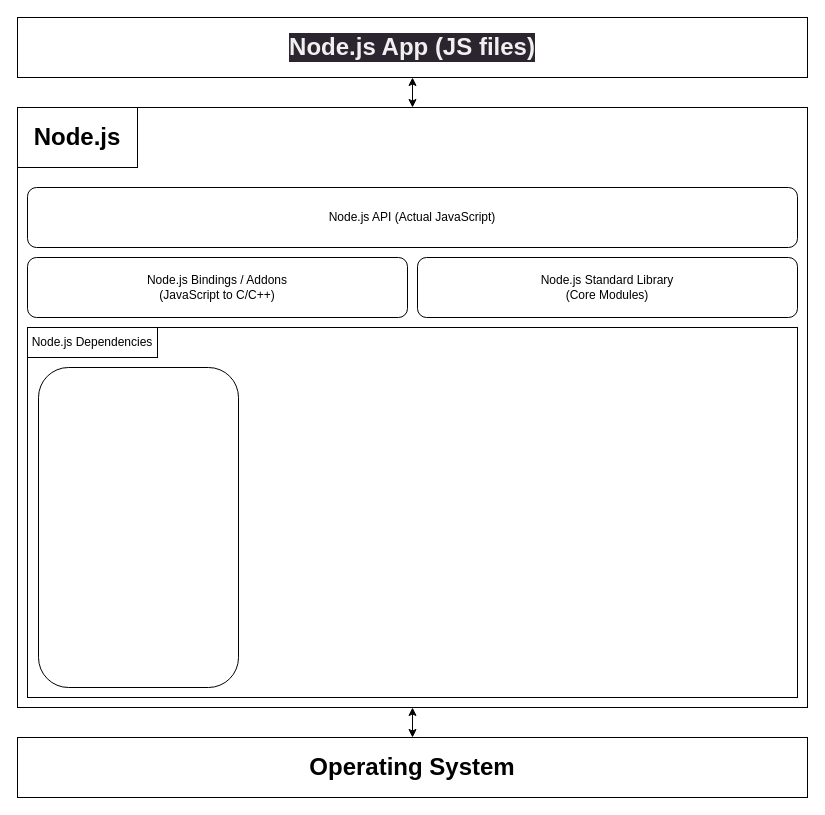
This is NodeJs.drawio from Kevinoob-design/drawio, a draw.io file, before an edit. Source tidied: cells renumbered, new cells numbered last; positions are measured from the earlier drawing's top-left corner, leaving out a move shared by most shapes. Both pictures are drawn from the tidied source at 100%, with x=0, y=0 at pixel (17, 17).
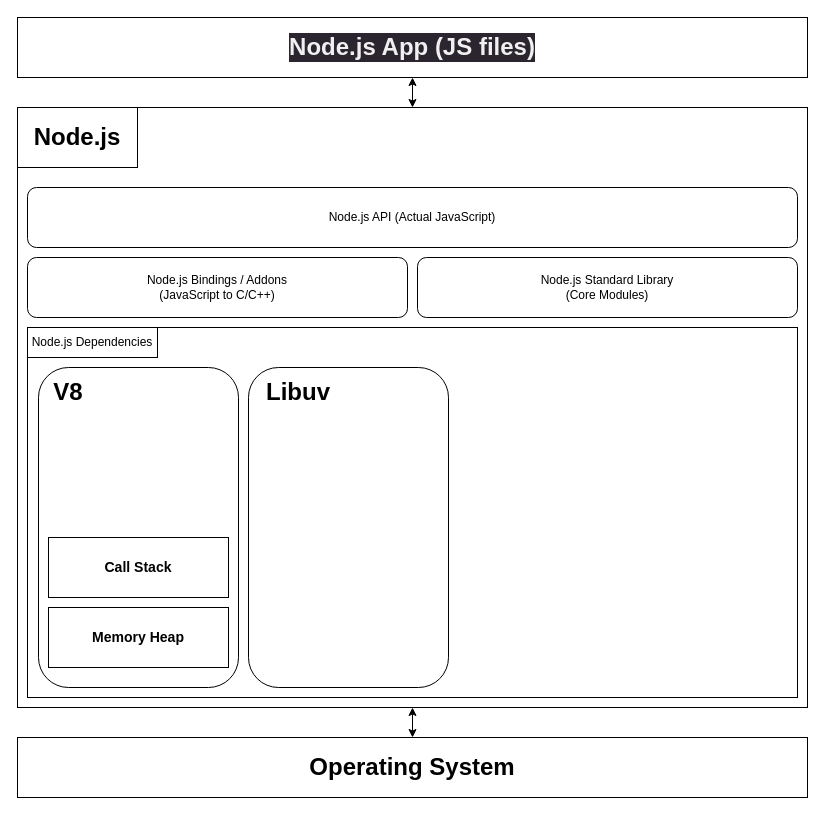
After the change.

Commit message:
Added V8 and Libuv to draw io node overview

Change to the diagram source:
```diff
@@
 <mxGraphModel>
   <root>
     <mxCell id="0" />
     <mxCell id="1" parent="0" />
     <mxCell id="2" style="edgeStyle=orthogonalEdgeStyle;rounded=0;jettySize=auto;html=1;startArrow=classic;startFill=1;" parent="1" edge="1" source="3" target="14">
       <mxGeometry relative="1" as="geometry" />
     </mxCell>
     <mxCell id="3" style="group;" parent="1" vertex="1">
       <mxGeometry y="90" width="790" height="600" as="geometry" />
     </mxCell>
     <mxCell id="4" value="&lt;h1&gt;&lt;br&gt;&lt;/h1&gt;" style="rounded=0;whiteSpace=wrap;html=1;" parent="3" vertex="1">
       <mxGeometry width="790" height="600" as="geometry" />
     </mxCell>
     <mxCell id="5" value="&lt;h1&gt;Node.js&lt;/h1&gt;" style="rounded=0;whiteSpace=wrap;html=1;" parent="3" vertex="1">
       <mxGeometry width="120" height="60" as="geometry" />
     </mxCell>
     <mxCell id="6" value="Node.js Standard Library&lt;br&gt;(Core Modules)" style="rounded=1;whiteSpace=wrap;html=1;" parent="3" vertex="1">
       <mxGeometry x="400" y="150" width="380" height="60" as="geometry" />
     </mxCell>
     <mxCell id="7" value="Node.js Bindings / Addons&lt;br&gt;(JavaScript to C/C++)" style="rounded=1;whiteSpace=wrap;html=1;" parent="3" vertex="1">
       <mxGeometry x="10" y="150" width="380" height="60" as="geometry" />
     </mxCell>
     <mxCell id="8" value="Node.js API (Actual JavaScript)" style="rounded=1;whiteSpace=wrap;html=1;" parent="3" vertex="1">
       <mxGeometry x="10" y="80" width="770" height="60" as="geometry" />
     </mxCell>
     <mxCell id="9" style="rounded=0;whiteSpace=wrap;html=1;" parent="3" vertex="1">
       <mxGeometry x="10" y="220" width="770" height="370" as="geometry" />
     </mxCell>
     <mxCell id="10" value="Node.js Dependencies" style="rounded=0;whiteSpace=wrap;html=1;" parent="3" vertex="1">
       <mxGeometry x="10" y="220" width="130" height="30" as="geometry" />
     </mxCell>
     <mxCell id="11" value="&lt;h1 style=&quot;border-color: rgb(0, 0, 0); color: rgb(240, 240, 240); font-family: Helvetica; font-style: normal; font-variant-ligatures: normal; font-variant-caps: normal; letter-spacing: normal; orphans: 2; text-align: center; text-indent: 0px; text-transform: none; widows: 2; word-spacing: 0px; -webkit-text-stroke-width: 0px; background-color: rgb(42, 37, 47); text-decoration-thickness: initial; text-decoration-style: initial; text-decoration-color: initial;&quot;&gt;Node.js App (JS files)&lt;/h1&gt;" style="whiteSpace=wrap;html=1;rounded=0;" parent="1" vertex="1">
       <mxGeometry width="790" height="60" as="geometry" />
     </mxCell>
     <mxCell id="12" style="edgeStyle=orthogonalEdgeStyle;rounded=0;jettySize=auto;html=1;startArrow=classic;startFill=1;" parent="1" edge="1" source="4" target="11">
       <mxGeometry relative="1" as="geometry" />
     </mxCell>
     <mxCell id="13" style="rounded=1;whiteSpace=wrap;html=1;" parent="1" vertex="1">
       <mxGeometry x="21" y="350" width="200" height="320" as="geometry" />
     </mxCell>
     <mxCell id="14" value="&lt;h1&gt;Operating System&lt;/h1&gt;" style="whiteSpace=wrap;html=1;" parent="1" vertex="1">
       <mxGeometry y="720" width="790" height="60" as="geometry" />
     </mxCell>
+    <mxCell id="15" value="&lt;h1&gt;V8&lt;/h1&gt;" style="text;html=1;strokeColor=none;fillColor=none;align=center;verticalAlign=middle;whiteSpace=wrap;rounded=0;" parent="1" vertex="1">
+      <mxGeometry x="21" y="360" width="60" height="30" as="geometry" />
+    </mxCell>
+    <mxCell id="16" value="&lt;h3&gt;Memory Heap&lt;/h3&gt;" style="rounded=0;whiteSpace=wrap;html=1;" parent="1" vertex="1">
+      <mxGeometry x="31" y="590" width="180" height="60" as="geometry" />
+    </mxCell>
+    <mxCell id="17" value="&lt;h3&gt;Call Stack&lt;/h3&gt;" style="rounded=0;whiteSpace=wrap;html=1;" parent="1" vertex="1">
+      <mxGeometry x="31" y="520" width="180" height="60" as="geometry" />
+    </mxCell>
+    <mxCell id="18" style="rounded=1;whiteSpace=wrap;html=1;" parent="1" vertex="1">
+      <mxGeometry x="231" y="350" width="200" height="320" as="geometry" />
+    </mxCell>
+    <mxCell id="19" value="&lt;h1&gt;Libuv&lt;/h1&gt;" style="text;html=1;strokeColor=none;fillColor=none;align=center;verticalAlign=middle;whiteSpace=wrap;rounded=0;" parent="1" vertex="1">
+      <mxGeometry x="251" y="360" width="60" height="30" as="geometry" />
+    </mxCell>
   </root>
 </mxGraphModel>
```
